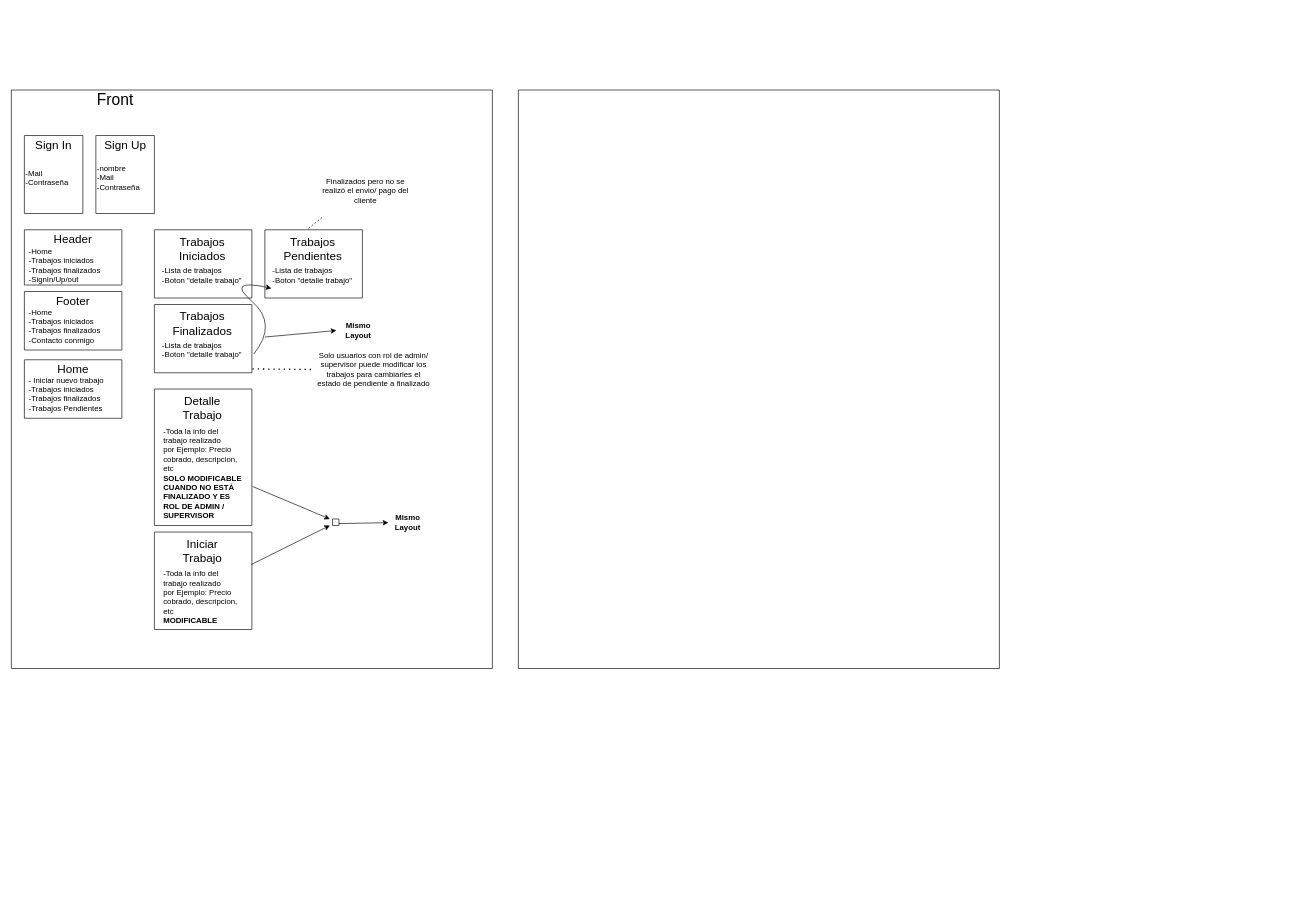
Earlier version of the draw.io diagram servicioTecnico.drawio (Daniel-Ceriana/servicioTecnico). Source tidied: cells renumbered, new cells numbered last; positions are measured from the earlier drawing's top-left corner, leaving out a move shared by most shapes. Both pictures are drawn from the tidied source at 65%, with x=0, y=0 at pixel (11, 90).
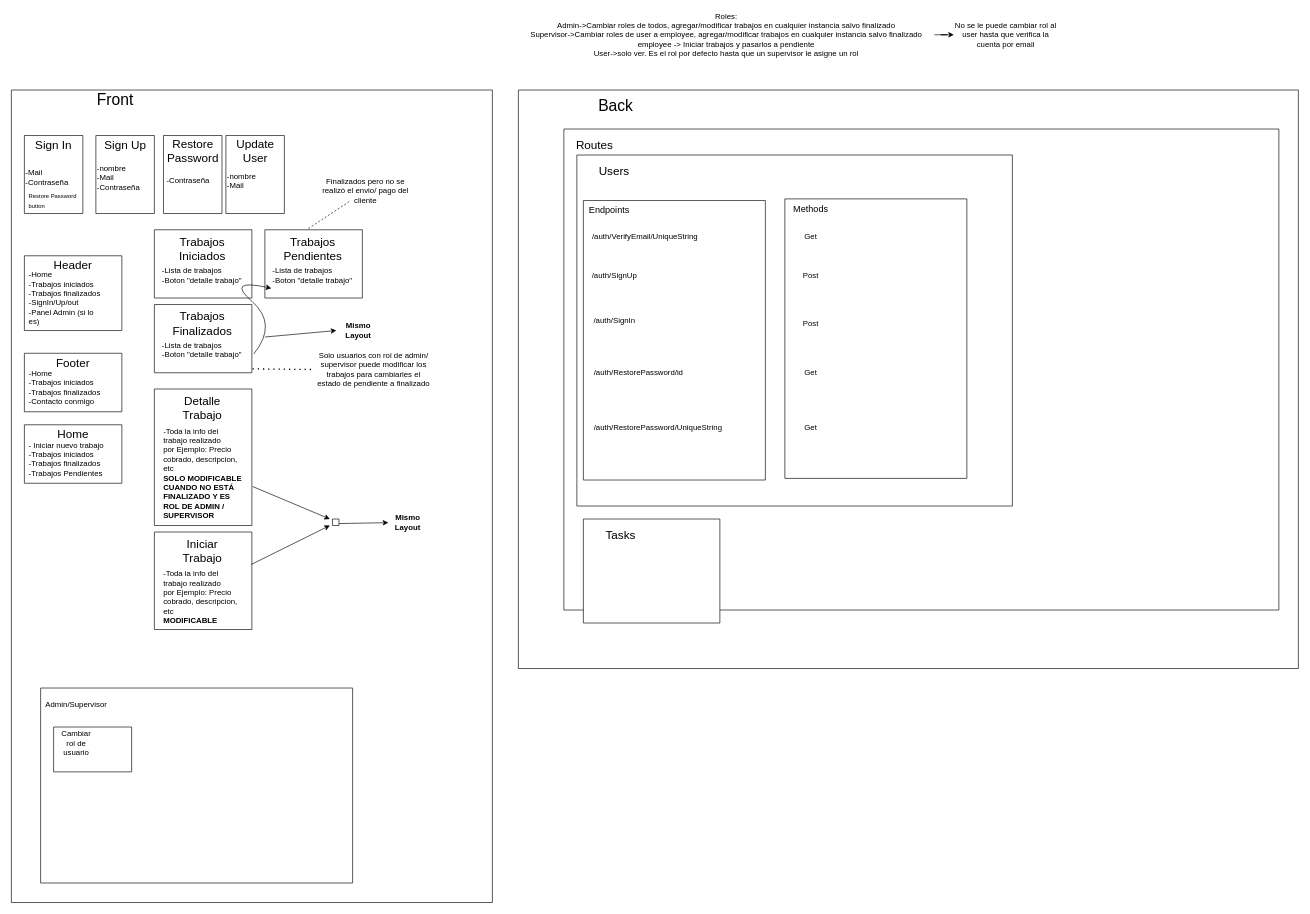
After the change.

Unchanged cells that the change refers to:
```xml
<mxCell id="28" style="verticalLabelPosition=bottom;verticalAlign=top;html=1;shape=mxgraph.basic.rect;fillColor2=none;strokeWidth=1;size=20;indent=5;" parent="1" vertex="1">
  <mxGeometry x="390" y="215" width="150" height="105" as="geometry" />
</mxCell>
<mxCell id="39" value="Finalizados pero no se realizó el envio/ pago del cliente" style="text;html=1;strokeColor=none;fillColor=none;align=center;verticalAlign=middle;whiteSpace=wrap;rounded=0;" parent="1" vertex="1">
  <mxGeometry x="470" y="140" width="150" height="30" as="geometry" />
</mxCell>
```

What changed in the source:
```diff
@@
     <mxCell id="2" style="verticalLabelPosition=bottom;verticalAlign=top;html=1;shape=mxgraph.basic.rect;fillColor2=none;strokeWidth=1;size=20;indent=5;" parent="1" vertex="1">
-      <mxGeometry width="740" height="890" as="geometry" />
+      <mxGeometry width="740" height="1250" as="geometry" />
     </mxCell>
@@
     <mxCell id="10" style="verticalLabelPosition=bottom;verticalAlign=top;html=1;shape=mxgraph.basic.rect;fillColor2=none;strokeWidth=1;size=20;indent=5;" parent="1" vertex="1">
-      <mxGeometry x="20" y="215" width="150" height="85" as="geometry" />
+      <mxGeometry x="20" y="255" width="150" height="115" as="geometry" />
     </mxCell>
     <mxCell id="11" value="&lt;font style=&quot;font-size: 18px;&quot;&gt;Header&lt;/font&gt;" style="text;html=1;strokeColor=none;fillColor=none;align=center;verticalAlign=middle;whiteSpace=wrap;rounded=0;" parent="1" vertex="1">
-      <mxGeometry x="65" y="215" width="60" height="30" as="geometry" />
+      <mxGeometry x="65" y="255" width="60" height="30" as="geometry" />
     </mxCell>
-    <mxCell id="12" value="&lt;div style=&quot;&quot;&gt;-Home&lt;/div&gt;&lt;div style=&quot;&quot;&gt;-Trabajos iniciados&lt;/div&gt;&lt;div style=&quot;&quot;&gt;-Trabajos finalizados&lt;/div&gt;&lt;div style=&quot;&quot;&gt;-SignIn/Up/out&lt;/div&gt;" style="text;html=1;strokeColor=none;fillColor=none;align=left;verticalAlign=middle;whiteSpace=wrap;rounded=0;" parent="1" vertex="1">
-      <mxGeometry x="25" y="230" width="115" height="80" as="geometry" />
+    <mxCell id="12" value="&lt;div style=&quot;&quot;&gt;-Home&lt;/div&gt;&lt;div style=&quot;&quot;&gt;-Trabajos iniciados&lt;/div&gt;&lt;div style=&quot;&quot;&gt;-Trabajos finalizados&lt;/div&gt;&lt;div style=&quot;&quot;&gt;-SignIn/Up/out&lt;/div&gt;&lt;div style=&quot;&quot;&gt;-Panel Admin (si lo es)&lt;/div&gt;" style="text;html=1;strokeColor=none;fillColor=none;align=left;verticalAlign=middle;whiteSpace=wrap;rounded=0;" parent="1" vertex="1">
+      <mxGeometry x="25" y="280" width="115" height="80" as="geometry" />
     </mxCell>
     <mxCell id="13" style="verticalLabelPosition=bottom;verticalAlign=top;html=1;shape=mxgraph.basic.rect;fillColor2=none;strokeWidth=1;size=20;indent=5;" parent="1" vertex="1">
-      <mxGeometry x="20" y="310" width="150" height="90" as="geometry" />
+      <mxGeometry x="20" y="405" width="150" height="90" as="geometry" />
     </mxCell>
     <mxCell id="14" value="&lt;font style=&quot;font-size: 18px;&quot;&gt;Footer&lt;/font&gt;" style="text;html=1;strokeColor=none;fillColor=none;align=center;verticalAlign=middle;whiteSpace=wrap;rounded=0;" parent="1" vertex="1">
-      <mxGeometry x="65" y="310" width="60" height="30" as="geometry" />
+      <mxGeometry x="65" y="405" width="60" height="30" as="geometry" />
     </mxCell>
     <mxCell id="15" value="&lt;div style=&quot;&quot;&gt;-Home&lt;/div&gt;&lt;div style=&quot;&quot;&gt;-Trabajos iniciados&lt;/div&gt;&lt;div style=&quot;&quot;&gt;-Trabajos finalizados&lt;br&gt;-Contacto conmigo&lt;/div&gt;&lt;div style=&quot;&quot;&gt;&lt;br&gt;&lt;/div&gt;" style="text;html=1;strokeColor=none;fillColor=none;align=left;verticalAlign=middle;whiteSpace=wrap;rounded=0;" parent="1" vertex="1">
-      <mxGeometry x="25" y="330" width="115" height="80" as="geometry" />
+      <mxGeometry x="25" y="425" width="115" height="80" as="geometry" />
     </mxCell>
     <mxCell id="16" style="verticalLabelPosition=bottom;verticalAlign=top;html=1;shape=mxgraph.basic.rect;fillColor2=none;strokeWidth=1;size=20;indent=5;" parent="1" vertex="1">
-      <mxGeometry x="20" y="415" width="150" height="90" as="geometry" />
+      <mxGeometry x="20" y="515" width="150" height="90" as="geometry" />
     </mxCell>
     <mxCell id="17" value="&lt;span style=&quot;font-size: 18px;&quot;&gt;Home&lt;/span&gt;" style="text;html=1;strokeColor=none;fillColor=none;align=center;verticalAlign=middle;whiteSpace=wrap;rounded=0;" parent="1" vertex="1">
-      <mxGeometry x="65" y="415" width="60" height="30" as="geometry" />
+      <mxGeometry x="65" y="515" width="60" height="30" as="geometry" />
     </mxCell>
     <mxCell id="18" value="&lt;div style=&quot;&quot;&gt;- Iniciar nuevo trabajo&lt;/div&gt;&lt;div style=&quot;&quot;&gt;-Trabajos iniciados&lt;/div&gt;&lt;div style=&quot;&quot;&gt;-Trabajos finalizados&lt;br&gt;-Trabajos Pendientes&lt;/div&gt;&lt;div style=&quot;&quot;&gt;&lt;br&gt;&lt;/div&gt;" style="text;html=1;strokeColor=none;fillColor=none;align=left;verticalAlign=middle;whiteSpace=wrap;rounded=0;" parent="1" vertex="1">
-      <mxGeometry x="25" y="435" width="125" height="80" as="geometry" />
+      <mxGeometry x="25" y="535" width="125" height="80" as="geometry" />
     </mxCell>
@@
-    <mxCell id="38" style="endArrow=none;dashed=1;html=1;rounded=0;exitX=0.447;exitY=-0.019;exitDx=0;exitDy=0;exitPerimeter=0;entryX=0.649;entryY=0.218;entryDx=0;entryDy=0;entryPerimeter=0;" parent="1" edge="1" source="28" target="2">
+    <mxCell id="38" style="endArrow=none;dashed=1;html=1;rounded=0;exitX=0.447;exitY=-0.019;exitDx=0;exitDy=0;exitPerimeter=0;" parent="1" edge="1" source="28" target="39">
       <mxGeometry relative="1" as="geometry" />
     </mxCell>
@@
     <mxCell id="46" style="verticalLabelPosition=bottom;verticalAlign=top;html=1;shape=mxgraph.basic.rect;fillColor2=none;strokeWidth=1;size=20;indent=5;" parent="1" vertex="1">
-      <mxGeometry x="780" width="740" height="890" as="geometry" />
+      <mxGeometry x="780" width="1200" height="890" as="geometry" />
     </mxCell>
+    <mxCell id="47" value="&lt;font style=&quot;font-size: 24px;&quot;&gt;Back&lt;/font&gt;" style="text;html=1;strokeColor=none;fillColor=none;align=center;verticalAlign=middle;whiteSpace=wrap;rounded=0;" parent="1" vertex="1">
+      <mxGeometry x="770" y="10" width="320" height="30" as="geometry" />
+    </mxCell>
+    <mxCell id="48" style="verticalLabelPosition=bottom;verticalAlign=top;html=1;shape=mxgraph.basic.rect;fillColor2=none;strokeWidth=1;size=20;indent=5;" parent="1" vertex="1">
+      <mxGeometry x="850" y="60" width="1100" height="740" as="geometry" />
+    </mxCell>
+    <mxCell id="49" style="verticalLabelPosition=bottom;verticalAlign=top;html=1;shape=mxgraph.basic.rect;fillColor2=none;strokeWidth=1;size=20;indent=5;" parent="1" vertex="1">
+      <mxGeometry x="870" y="100" width="670" height="540" as="geometry" />
+    </mxCell>
+    <mxCell id="50" value="&lt;font style=&quot;font-size: 18px;&quot;&gt;Routes&lt;/font&gt;" style="text;html=1;strokeColor=none;fillColor=none;align=center;verticalAlign=middle;whiteSpace=wrap;rounded=0;" parent="1" vertex="1">
+      <mxGeometry x="860" y="70" width="75" height="30" as="geometry" />
+    </mxCell>
+    <mxCell id="51" value="&lt;font style=&quot;font-size: 18px;&quot;&gt;Users&lt;/font&gt;" style="text;html=1;strokeColor=none;fillColor=none;align=center;verticalAlign=middle;whiteSpace=wrap;rounded=0;" parent="1" vertex="1">
+      <mxGeometry x="890" y="110" width="75" height="30" as="geometry" />
+    </mxCell>
+    <mxCell id="52" style="verticalLabelPosition=bottom;verticalAlign=top;html=1;shape=mxgraph.basic.rect;fillColor2=none;strokeWidth=1;size=20;indent=5;" parent="1" vertex="1">
+      <mxGeometry x="880" y="660" width="210" height="160" as="geometry" />
+    </mxCell>
+    <mxCell id="53" value="&lt;span style=&quot;font-size: 18px;&quot;&gt;Tasks&lt;/span&gt;" style="text;html=1;strokeColor=none;fillColor=none;align=center;verticalAlign=middle;whiteSpace=wrap;rounded=0;" parent="1" vertex="1">
+      <mxGeometry x="900" y="670" width="75" height="30" as="geometry" />
+    </mxCell>
+    <mxCell id="54" style="verticalLabelPosition=bottom;verticalAlign=top;html=1;shape=mxgraph.basic.rect;fillColor2=none;strokeWidth=1;size=20;indent=5;" parent="1" vertex="1">
+      <mxGeometry x="880" y="170" width="280" height="430" as="geometry" />
+    </mxCell>
+    <mxCell id="55" value="&lt;font style=&quot;font-size: 14px;&quot;&gt;Endpoints&lt;/font&gt;" style="text;html=1;strokeColor=none;fillColor=none;align=center;verticalAlign=middle;whiteSpace=wrap;rounded=0;" parent="1" vertex="1">
+      <mxGeometry x="890" y="170" width="60" height="30" as="geometry" />
+    </mxCell>
+    <mxCell id="56" value="/auth/SignUp" style="text;html=1;strokeColor=none;fillColor=none;align=center;verticalAlign=middle;whiteSpace=wrap;rounded=0;" parent="1" vertex="1">
+      <mxGeometry x="897.5" y="270" width="60" height="30" as="geometry" />
+    </mxCell>
+    <mxCell id="57" style="edgeStyle=orthogonalEdgeStyle;rounded=0;jettySize=auto;html=1;" parent="1" edge="1" source="58" target="62">
+      <mxGeometry relative="1" as="geometry" />
+    </mxCell>
+    <mxCell id="58" value="Roles:&lt;br&gt;Admin-&amp;gt;Cambiar roles de todos, agregar/modificar trabajos en cualquier instancia salvo finalizado&lt;br&gt;Supervisor-&amp;gt;Cambiar roles de user a employee, agregar/modificar trabajos en cualquier instancia salvo finalizado&lt;br&gt;employee -&amp;gt; Iniciar trabajos y pasarlos a pendiente&lt;br&gt;User-&amp;gt;solo ver. Es el rol por defecto hasta que un supervisor le asigne un rol" style="text;html=1;strokeColor=none;fillColor=none;align=center;verticalAlign=middle;whiteSpace=wrap;rounded=0;" parent="1" vertex="1">
+      <mxGeometry x="780" y="-120" width="640" height="70" as="geometry" />
+    </mxCell>
+    <mxCell id="59" value="/auth/SignIn" style="text;html=1;strokeColor=none;fillColor=none;align=center;verticalAlign=middle;whiteSpace=wrap;rounded=0;" parent="1" vertex="1">
+      <mxGeometry x="897.5" y="340" width="60" height="30" as="geometry" />
+    </mxCell>
+    <mxCell id="60" value="/auth/RestorePassword/id" style="text;html=1;strokeColor=none;fillColor=none;align=center;verticalAlign=middle;whiteSpace=wrap;rounded=0;" parent="1" vertex="1">
+      <mxGeometry x="935" y="420" width="60" height="30" as="geometry" />
+    </mxCell>
+    <mxCell id="61" value="/auth/VerifyEmail/UniqueString" style="text;html=1;strokeColor=none;fillColor=none;align=center;verticalAlign=middle;whiteSpace=wrap;rounded=0;" parent="1" vertex="1">
+      <mxGeometry x="945" y="210" width="60" height="30" as="geometry" />
+    </mxCell>
+    <mxCell id="62" value="No se le puede cambiar rol al user hasta que verifica la cuenta por email" style="text;html=1;strokeColor=none;fillColor=none;align=center;verticalAlign=middle;whiteSpace=wrap;rounded=0;" parent="1" vertex="1">
+      <mxGeometry x="1450" y="-100" width="160" height="30" as="geometry" />
+    </mxCell>
+    <mxCell id="63" value="/auth/RestorePassword/UniqueString" style="text;html=1;strokeColor=none;fillColor=none;align=center;verticalAlign=middle;whiteSpace=wrap;rounded=0;" parent="1" vertex="1">
+      <mxGeometry x="965" y="505" width="60" height="30" as="geometry" />
+    </mxCell>
+    <mxCell id="64" style="verticalLabelPosition=bottom;verticalAlign=top;html=1;shape=mxgraph.basic.rect;fillColor2=none;strokeWidth=1;size=20;indent=5;" parent="1" vertex="1">
+      <mxGeometry x="1190" y="167.5" width="280" height="430" as="geometry" />
+    </mxCell>
+    <mxCell id="65" value="&lt;font style=&quot;font-size: 14px;&quot;&gt;Methods&lt;/font&gt;" style="text;html=1;strokeColor=none;fillColor=none;align=center;verticalAlign=middle;whiteSpace=wrap;rounded=0;" parent="1" vertex="1">
+      <mxGeometry x="1200" y="167.5" width="60" height="30" as="geometry" />
+    </mxCell>
+    <mxCell id="66" value="Get" style="text;html=1;strokeColor=none;fillColor=none;align=center;verticalAlign=middle;whiteSpace=wrap;rounded=0;" parent="1" vertex="1">
+      <mxGeometry x="1200" y="210" width="60" height="30" as="geometry" />
+    </mxCell>
+    <mxCell id="67" value="Post" style="text;html=1;strokeColor=none;fillColor=none;align=center;verticalAlign=middle;whiteSpace=wrap;rounded=0;" parent="1" vertex="1">
+      <mxGeometry x="1200" y="270" width="60" height="30" as="geometry" />
+    </mxCell>
+    <mxCell id="68" value="Post" style="text;html=1;strokeColor=none;fillColor=none;align=center;verticalAlign=middle;whiteSpace=wrap;rounded=0;" parent="1" vertex="1">
+      <mxGeometry x="1200" y="345" width="60" height="30" as="geometry" />
+    </mxCell>
+    <mxCell id="69" value="Get" style="text;html=1;strokeColor=none;fillColor=none;align=center;verticalAlign=middle;whiteSpace=wrap;rounded=0;" parent="1" vertex="1">
+      <mxGeometry x="1200" y="420" width="60" height="30" as="geometry" />
+    </mxCell>
+    <mxCell id="70" value="Get" style="text;html=1;strokeColor=none;fillColor=none;align=center;verticalAlign=middle;whiteSpace=wrap;rounded=0;" parent="1" vertex="1">
+      <mxGeometry x="1200" y="505" width="60" height="30" as="geometry" />
+    </mxCell>
+    <mxCell id="71" style="verticalLabelPosition=bottom;verticalAlign=top;html=1;shape=mxgraph.basic.rect;fillColor2=none;strokeWidth=1;size=20;indent=5;" parent="1" vertex="1">
+      <mxGeometry x="234" y="70" width="90" height="120" as="geometry" />
+    </mxCell>
+    <mxCell id="72" value="&lt;font style=&quot;font-size: 18px;&quot;&gt;Restore&lt;br&gt;Password&lt;br&gt;&lt;/font&gt;" style="text;html=1;strokeColor=none;fillColor=none;align=center;verticalAlign=middle;whiteSpace=wrap;rounded=0;" parent="1" vertex="1">
+      <mxGeometry x="241.5" y="80" width="75" height="30" as="geometry" />
+    </mxCell>
+    <mxCell id="73" value="-Contraseña" style="text;html=1;strokeColor=none;fillColor=none;align=left;verticalAlign=middle;whiteSpace=wrap;rounded=0;" parent="1" vertex="1">
+      <mxGeometry x="236.5" y="120" width="80" height="40" as="geometry" />
+    </mxCell>
+    <mxCell id="74" style="verticalLabelPosition=bottom;verticalAlign=top;html=1;shape=mxgraph.basic.rect;fillColor2=none;strokeWidth=1;size=20;indent=5;" parent="1" vertex="1">
+      <mxGeometry x="330" y="70" width="90" height="120" as="geometry" />
+    </mxCell>
+    <mxCell id="75" value="&lt;font style=&quot;font-size: 18px;&quot;&gt;Update User&lt;br&gt;&lt;/font&gt;" style="text;html=1;strokeColor=none;fillColor=none;align=center;verticalAlign=middle;whiteSpace=wrap;rounded=0;" parent="1" vertex="1">
+      <mxGeometry x="337.5" y="80" width="75" height="30" as="geometry" />
+    </mxCell>
+    <mxCell id="76" value="-nombre&lt;br&gt;-Mail" style="text;html=1;strokeColor=none;fillColor=none;align=left;verticalAlign=middle;whiteSpace=wrap;rounded=0;" parent="1" vertex="1">
+      <mxGeometry x="330" y="120" width="80" height="40" as="geometry" />
+    </mxCell>
+    <mxCell id="77" value="&lt;font style=&quot;font-size: 9px;&quot;&gt;Restore Password button&lt;/font&gt;" style="text;html=1;strokeColor=none;fillColor=none;align=left;verticalAlign=middle;whiteSpace=wrap;rounded=0;" parent="1" vertex="1">
+      <mxGeometry x="25" y="150" width="80" height="40" as="geometry" />
+    </mxCell>
+    <mxCell id="78" style="verticalLabelPosition=bottom;verticalAlign=top;html=1;shape=mxgraph.basic.rect;fillColor2=none;strokeWidth=1;size=20;indent=5;" parent="1" vertex="1">
+      <mxGeometry x="45" y="920" width="480" height="300" as="geometry" />
+    </mxCell>
+    <mxCell id="79" value="Admin/Supervisor" style="text;html=1;strokeColor=none;fillColor=none;align=center;verticalAlign=middle;whiteSpace=wrap;rounded=0;" parent="1" vertex="1">
+      <mxGeometry x="70" y="930" width="60" height="30" as="geometry" />
+    </mxCell>
+    <mxCell id="80" style="verticalLabelPosition=bottom;verticalAlign=top;html=1;shape=mxgraph.basic.rect;fillColor2=none;strokeWidth=1;size=20;indent=5;" parent="1" vertex="1">
+      <mxGeometry x="65" y="980" width="120" height="69" as="geometry" />
+    </mxCell>
+    <mxCell id="81" value="Cambiar rol de usuario" style="text;html=1;strokeColor=none;fillColor=none;align=center;verticalAlign=middle;whiteSpace=wrap;rounded=0;" parent="1" vertex="1">
+      <mxGeometry x="70" y="990" width="60" height="30" as="geometry" />
+    </mxCell>
```
